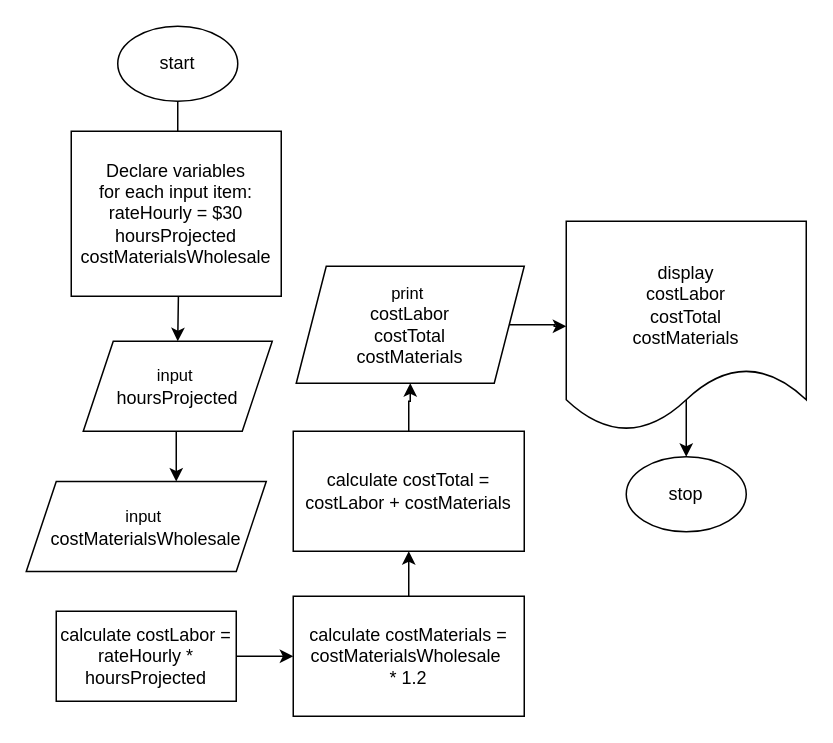
Earlier version of the draw.io diagram page "M2 A2-2" (5 of 5) of SDEV120.drawio (alo77/SDEV120). Source tidied: cells renumbered, new cells numbered last; positions are measured from the earlier drawing's top-left corner, leaving out a move shared by most shapes. Both pictures are drawn from the tidied source at 150%, with x=0, y=0 at pixel (26, 26).
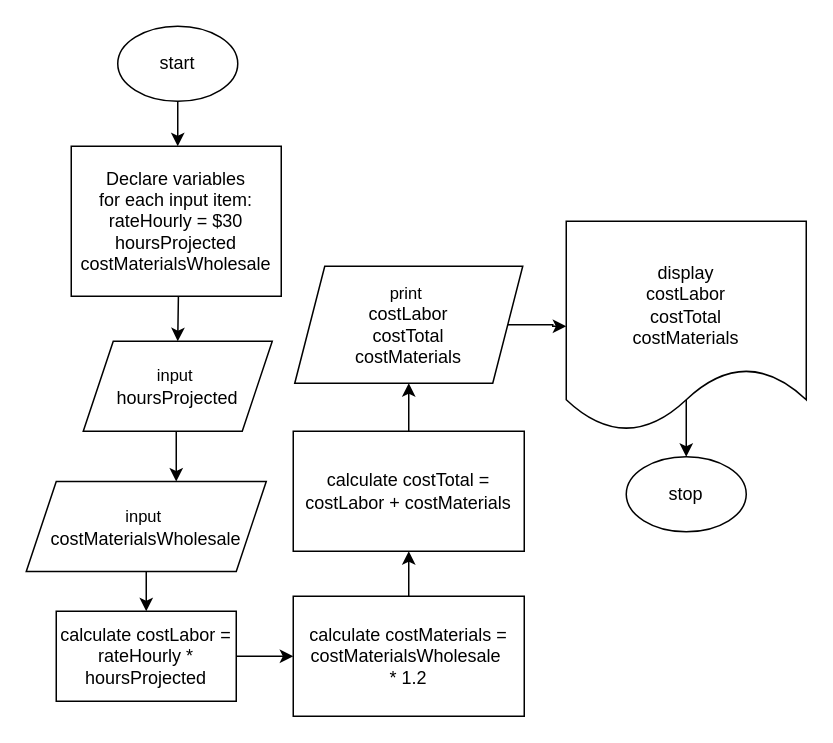
After the change.

Unchanged cells that the change refers to:
```xml
<mxCell id="7" value="&lt;font style=&quot;font-size: 11px;&quot;&gt;input&lt;/font&gt;&lt;font style=&quot;font-size: 11px;&quot;&gt;&lt;font style=&quot;font-size: 11px;&quot;&gt;&amp;nbsp;&lt;/font&gt;&lt;/font&gt;&lt;div&gt;costMaterialsWholesale&lt;br&gt;&lt;/div&gt;" style="shape=parallelogram;perimeter=parallelogramPerimeter;whiteSpace=wrap;html=1;fixedSize=1;" parent="1" vertex="1">
  <mxGeometry y="303.5" width="160" height="60" as="geometry" />
</mxCell>
<mxCell id="11" value="calculate costLabor = rateHourly * hoursProjected" style="rounded=0;whiteSpace=wrap;html=1;" parent="1" vertex="1">
  <mxGeometry x="20" y="390" width="120" height="60" as="geometry" />
</mxCell>
```

The edit, as a diff of the source:
```diff
@@
+    <mxCell id="20" style="edgeStyle=orthogonalEdgeStyle;rounded=0;jettySize=auto;html=1;" parent="1" edge="1" source="7" target="11">
+      <mxGeometry relative="1" as="geometry" />
+    </mxCell>
@@
     <mxCell id="9" value="Declare variables&lt;div&gt;for each input item:&lt;/div&gt;&lt;div&gt;rateHourly = $30&lt;/div&gt;&lt;div&gt;hoursProjected&lt;/div&gt;&lt;div&gt;costMaterialsWholesale&lt;/div&gt;" style="rounded=0;whiteSpace=wrap;html=1;" parent="1" vertex="1">
-      <mxGeometry x="30" y="70" width="140" height="110" as="geometry" />
+      <mxGeometry x="30" y="80" width="140" height="100" as="geometry" />
     </mxCell>
@@
     <mxCell id="16" value="&lt;span style=&quot;font-size: 11px;&quot;&gt;print&amp;nbsp;&lt;/span&gt;&lt;div&gt;costLabor&lt;br&gt;&lt;/div&gt;&lt;div&gt;costTotal&lt;br&gt;&lt;/div&gt;&lt;div&gt;costMaterials&lt;br&gt;&lt;/div&gt;" style="shape=parallelogram;perimeter=parallelogramPerimeter;whiteSpace=wrap;html=1;fixedSize=1;" parent="1" vertex="1">
-      <mxGeometry x="180" y="160" width="152" height="78" as="geometry" />
+      <mxGeometry x="179" y="160" width="152" height="78" as="geometry" />
     </mxCell>
```
